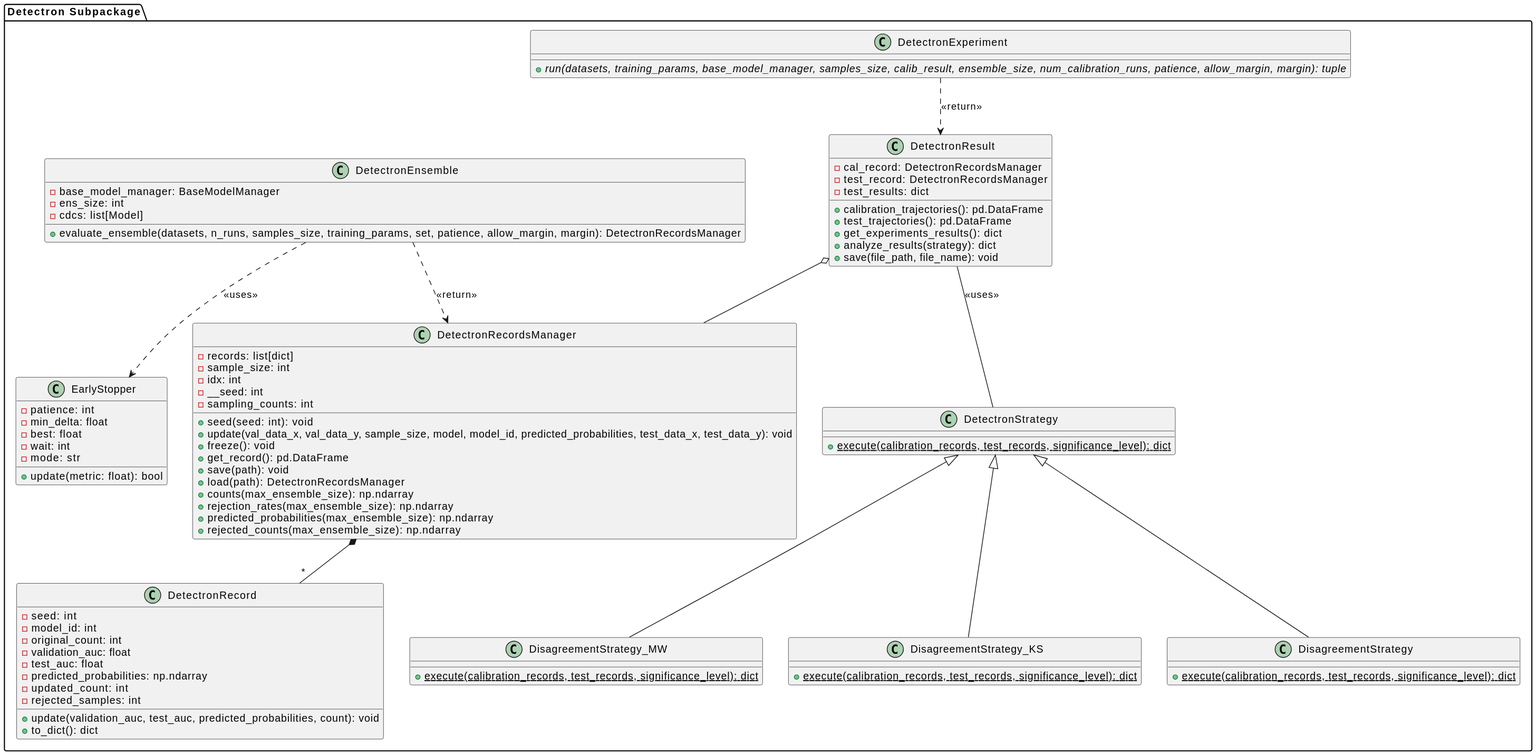
Before: docs/diagrams/detectron.svg, a diagram exported from PlantUML (MEDomics-UdeS/MED3pa).
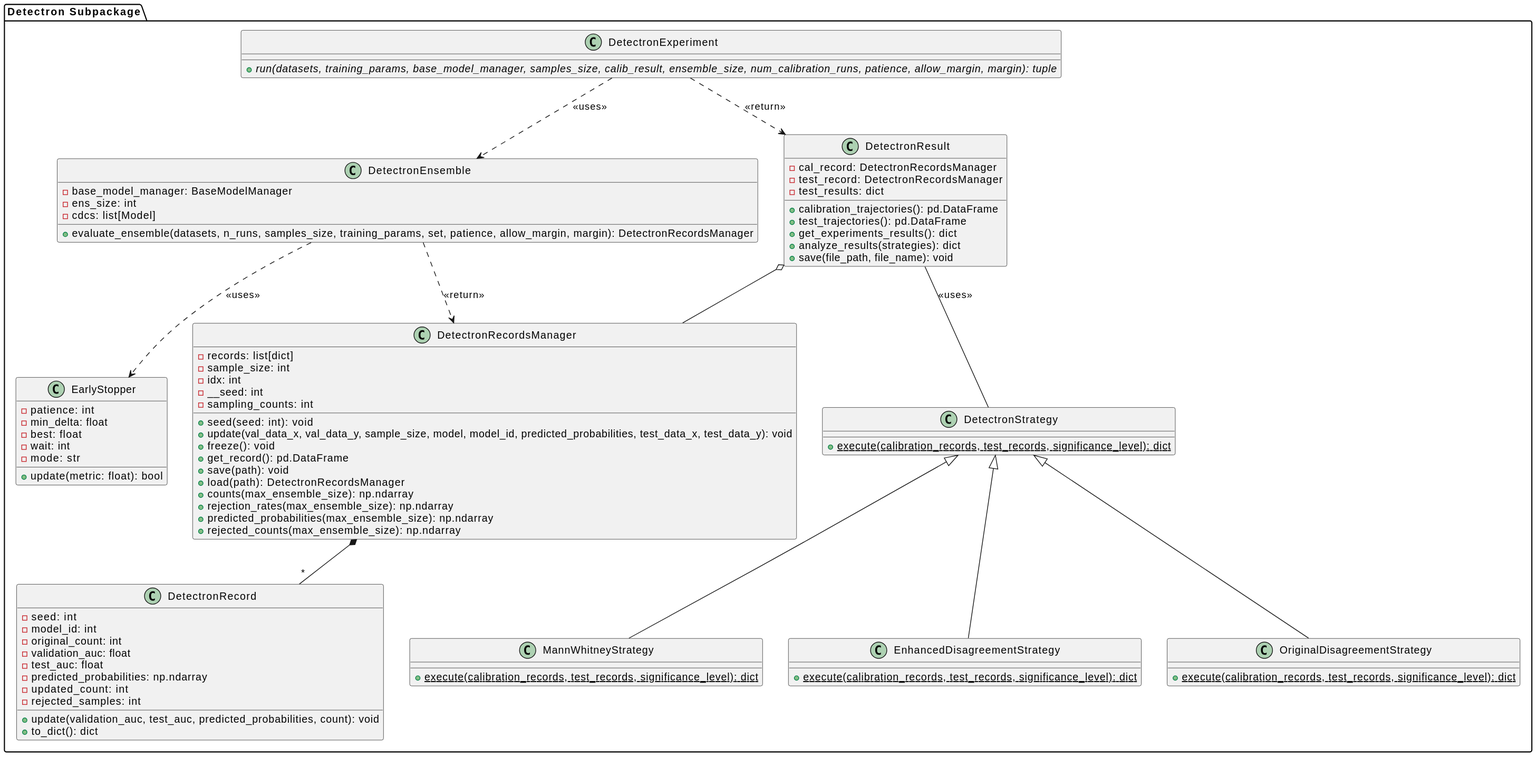
The same diagram one commit later.

The edit, as a diff of the source:
```diff
@@ -52,15 +52,15 @@
         {static} +execute(calibration_records, test_records, significance_level): dict
     }
 
-    class DisagreementStrategy {
+    class OriginalDisagreementStrategy {
         {static} +execute(calibration_records, test_records, significance_level): dict
     }
 
-    class DisagreementStrategy_MW {
+    class MannWhitneyStrategy {
         {static} +execute(calibration_records, test_records, significance_level): dict
     }
 
-    class DisagreementStrategy_KS {
+    class EnhancedDisagreementStrategy {
         {static} +execute(calibration_records, test_records, significance_level): dict
     }
 
@@ -71,7 +71,7 @@
         +calibration_trajectories(): pd.DataFrame
         +test_trajectories(): pd.DataFrame
         +get_experiments_results(): dict
-        +analyze_results(strategy): dict
+        +analyze_results(strategies): dict
         +save(file_path, file_name): void
     }
 
@@ -80,13 +80,14 @@
     }
 
     DetectronEnsemble ..> EarlyStopper : <<uses>>
+    DetectronExperiment ..> DetectronEnsemble : <<uses>>
     DetectronRecordsManager *-- "*" DetectronRecord
     DetectronResult o-- DetectronRecordsManager
     DetectronExperiment ..> DetectronResult : <<return>>
     DetectronEnsemble ..> DetectronRecordsManager : <<return>>
-    DetectronStrategy <|-- DisagreementStrategy
-    DetectronStrategy <|-- DisagreementStrategy_MW
-    DetectronStrategy <|-- DisagreementStrategy_KS
+    DetectronStrategy <|-- OriginalDisagreementStrategy
+    DetectronStrategy <|-- MannWhitneyStrategy
+    DetectronStrategy <|-- EnhancedDisagreementStrategy
     DetectronResult -- DetectronStrategy : <<uses>>
 }
 @enduml
```
